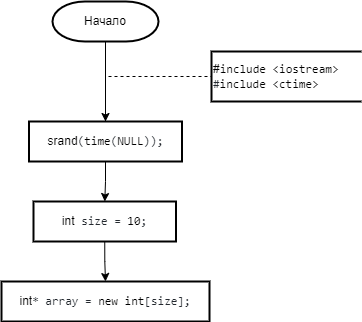
Before: Labs/4 Лаба/№2 Работа с одномерными массивами.png, a diagram exported from draw.io (IlyaFedoseev227/LABS-PNRPU-IVT-22-1b). Source tidied: cells renumbered, new cells last; positions are measured from the earlier drawing's top-left corner, leaving out a move shared by most shapes.
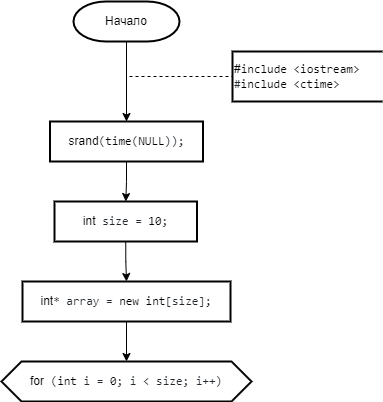
After the change.

Diff of the diagram source:
```diff
@@ -30,8 +30,14 @@
     <mxCell id="9" value="int&lt;span style=&quot;color: rgb(36, 41, 47); font-family: ui-monospace, SFMono-Regular, &amp;quot;SF Mono&amp;quot;, Menlo, Consolas, &amp;quot;Liberation Mono&amp;quot;, monospace; text-align: start; background-color: rgb(255, 255, 255);&quot;&gt; size = &lt;/span&gt;&lt;span style=&quot;box-sizing: border-box; color: var(--color-prettylights-syntax-constant); font-family: ui-monospace, SFMono-Regular, &amp;quot;SF Mono&amp;quot;, Menlo, Consolas, &amp;quot;Liberation Mono&amp;quot;, monospace; text-align: start; background-color: rgb(255, 255, 255);&quot; class=&quot;pl-c1&quot;&gt;10&lt;/span&gt;&lt;span style=&quot;color: rgb(36, 41, 47); font-family: ui-monospace, SFMono-Regular, &amp;quot;SF Mono&amp;quot;, Menlo, Consolas, &amp;quot;Liberation Mono&amp;quot;, monospace; text-align: start; background-color: rgb(255, 255, 255);&quot;&gt;;&lt;/span&gt;" style="shape=parallelogram;perimeter=parallelogramPerimeter;whiteSpace=wrap;html=1;fixedSize=1;strokeWidth=2;size=-6;" parent="1" vertex="1">
       <mxGeometry x="32" y="200" width="142.5" height="40" as="geometry" />
     </mxCell>
+    <mxCell id="11" style="edgeStyle=orthogonalEdgeStyle;rounded=0;jettySize=auto;html=1;exitX=0.5;exitY=1;exitDx=0;exitDy=0;entryX=0.5;entryY=0;entryDx=0;entryDy=0;" parent="1" edge="1" source="10" target="12">
+      <mxGeometry relative="1" as="geometry" />
+    </mxCell>
     <mxCell id="10" value="int&lt;span style=&quot;color: rgb(36, 41, 47); font-family: ui-monospace, SFMono-Regular, &amp;quot;SF Mono&amp;quot;, Menlo, Consolas, &amp;quot;Liberation Mono&amp;quot;, monospace; text-align: start; background-color: rgb(255, 255, 255);&quot;&gt;* array = &lt;/span&gt;&lt;span style=&quot;box-sizing: border-box; color: var(--color-prettylights-syntax-keyword); font-family: ui-monospace, SFMono-Regular, &amp;quot;SF Mono&amp;quot;, Menlo, Consolas, &amp;quot;Liberation Mono&amp;quot;, monospace; text-align: start; background-color: rgb(255, 255, 255);&quot; class=&quot;pl-k&quot;&gt;new&lt;/span&gt;&lt;span style=&quot;color: rgb(36, 41, 47); font-family: ui-monospace, SFMono-Regular, &amp;quot;SF Mono&amp;quot;, Menlo, Consolas, &amp;quot;Liberation Mono&amp;quot;, monospace; text-align: start; background-color: rgb(255, 255, 255);&quot;&gt; &lt;/span&gt;&lt;span style=&quot;box-sizing: border-box; color: var(--color-prettylights-syntax-keyword); font-family: ui-monospace, SFMono-Regular, &amp;quot;SF Mono&amp;quot;, Menlo, Consolas, &amp;quot;Liberation Mono&amp;quot;, monospace; text-align: start; background-color: rgb(255, 255, 255);&quot; class=&quot;pl-k&quot;&gt;int&lt;/span&gt;&lt;span style=&quot;color: rgb(36, 41, 47); font-family: ui-monospace, SFMono-Regular, &amp;quot;SF Mono&amp;quot;, Menlo, Consolas, &amp;quot;Liberation Mono&amp;quot;, monospace; text-align: start; background-color: rgb(255, 255, 255);&quot;&gt;[size];&lt;/span&gt;" style="shape=parallelogram;perimeter=parallelogramPerimeter;whiteSpace=wrap;html=1;fixedSize=1;strokeWidth=2;size=-6;" parent="1" vertex="1">
       <mxGeometry y="280" width="208" height="40" as="geometry" />
     </mxCell>
+    <mxCell id="12" value="for&lt;span style=&quot;color: rgb(36, 41, 47); font-family: ui-monospace, SFMono-Regular, &amp;quot;SF Mono&amp;quot;, Menlo, Consolas, &amp;quot;Liberation Mono&amp;quot;, monospace; text-align: start; background-color: rgb(255, 255, 255);&quot;&gt; (&lt;/span&gt;&lt;span style=&quot;box-sizing: border-box; color: var(--color-prettylights-syntax-keyword); font-family: ui-monospace, SFMono-Regular, &amp;quot;SF Mono&amp;quot;, Menlo, Consolas, &amp;quot;Liberation Mono&amp;quot;, monospace; text-align: start; background-color: rgb(255, 255, 255);&quot; class=&quot;pl-k&quot;&gt;int&lt;/span&gt;&lt;span style=&quot;color: rgb(36, 41, 47); font-family: ui-monospace, SFMono-Regular, &amp;quot;SF Mono&amp;quot;, Menlo, Consolas, &amp;quot;Liberation Mono&amp;quot;, monospace; text-align: start; background-color: rgb(255, 255, 255);&quot;&gt; i = &lt;/span&gt;&lt;span style=&quot;box-sizing: border-box; color: var(--color-prettylights-syntax-constant); font-family: ui-monospace, SFMono-Regular, &amp;quot;SF Mono&amp;quot;, Menlo, Consolas, &amp;quot;Liberation Mono&amp;quot;, monospace; text-align: start; background-color: rgb(255, 255, 255);&quot; class=&quot;pl-c1&quot;&gt;0&lt;/span&gt;&lt;span style=&quot;color: rgb(36, 41, 47); font-family: ui-monospace, SFMono-Regular, &amp;quot;SF Mono&amp;quot;, Menlo, Consolas, &amp;quot;Liberation Mono&amp;quot;, monospace; text-align: start; background-color: rgb(255, 255, 255);&quot;&gt;; i &amp;lt; size; i++)&lt;/span&gt;" style="shape=hexagon;perimeter=hexagonPerimeter2;whiteSpace=wrap;html=1;fixedSize=1;strokeWidth=2;" parent="1" vertex="1">
+      <mxGeometry x="-21" y="360" width="250" height="40" as="geometry" />
+    </mxCell>
   </root>
 </mxGraphModel>
```
